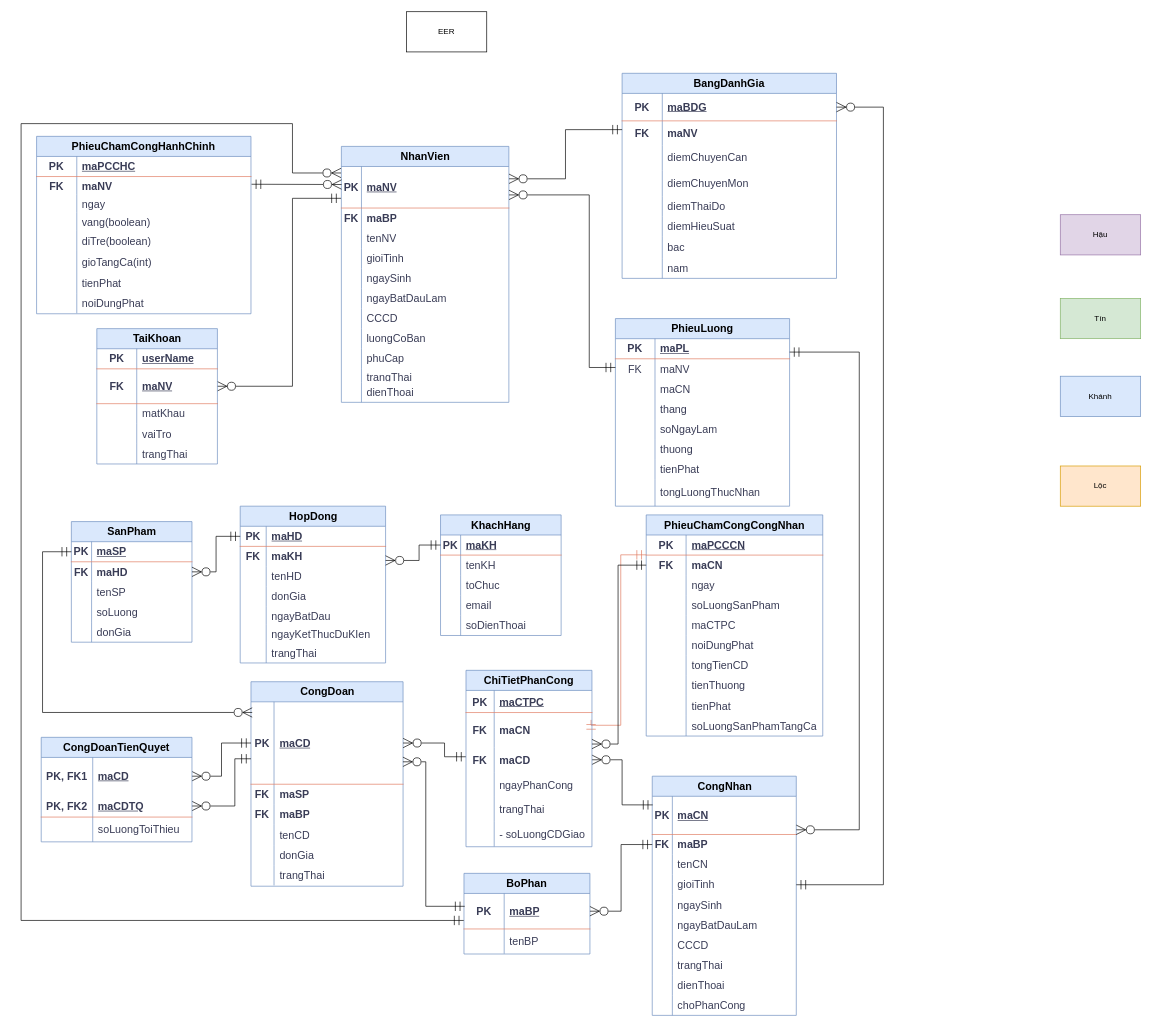
The draw.io diagram page "ERD" (1 of 3) of diagrams/diagrams.drawio in TomTom2k/-management-of-a-ceramic-processing-company, before the edit. Source tidied: cells renumbered, new cells numbered last; positions are measured from the earlier drawing's top-left corner, leaving out a move shared by most shapes. Both pictures are drawn from the tidied source at 67%, with x=0, y=0 at pixel (21, 11).
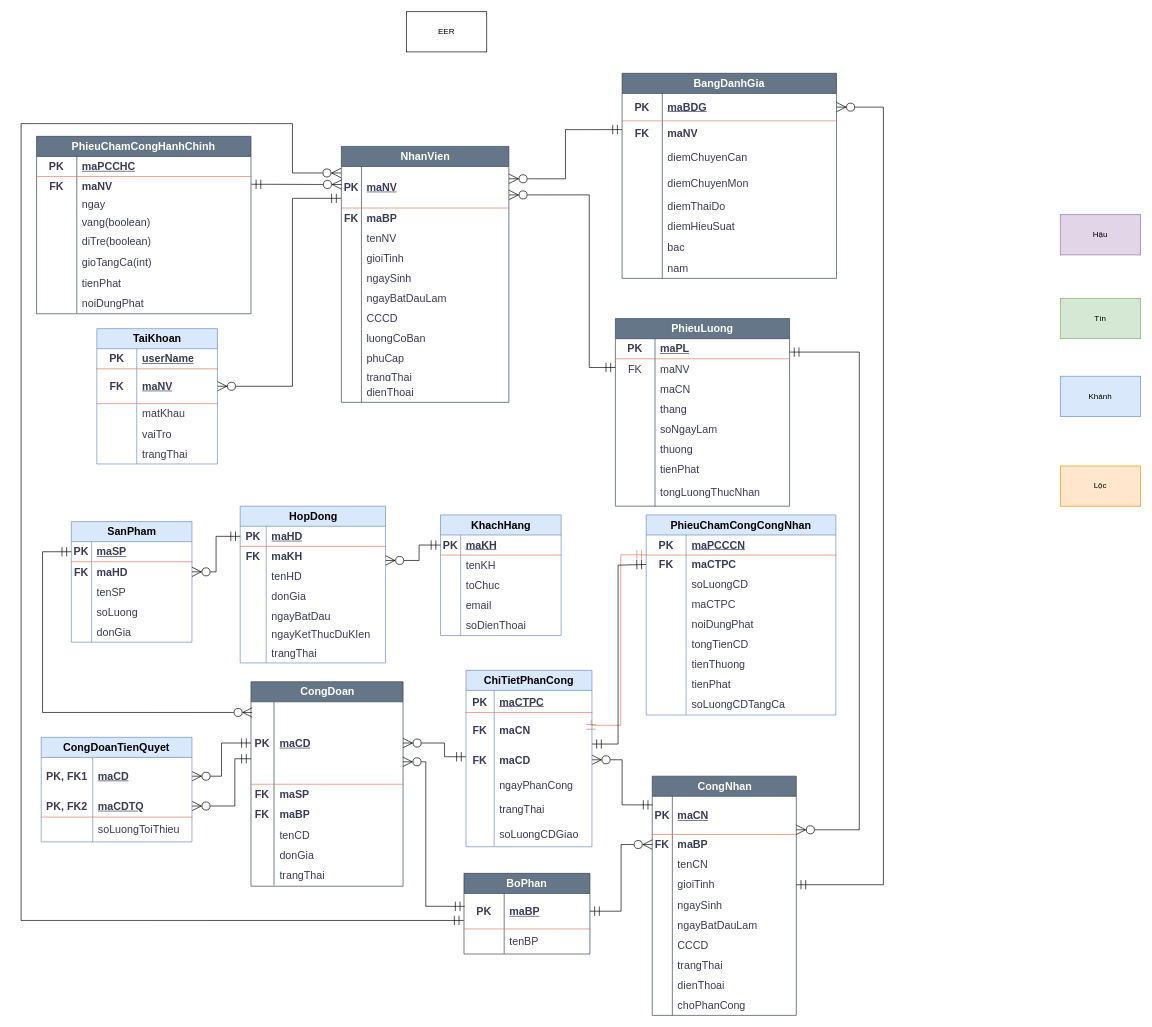
The same diagram, later.

The change refers to these unchanged cells:
```xml
<mxCell id="6" style="shape=tableRow;horizontal=0;startSize=0;swimlaneHead=0;swimlaneBody=0;fillColor=none;points=[[0,0.5],[1,0.5]];portConstraint=eastwest;top=0;left=0;right=0;bottom=0;labelBackgroundColor=none;strokeColor=#E07A5F;fontColor=#393C56;fontSize=16;" parent="2" vertex="1">
  <mxGeometry y="87" width="215" height="30" as="geometry" />
</mxCell>
<mxCell id="228" style="shape=tableRow;horizontal=0;startSize=0;swimlaneHead=0;swimlaneBody=0;fillColor=none;points=[[0,0.5],[1,0.5]];portConstraint=eastwest;top=0;left=0;right=0;bottom=0;html=1;labelBackgroundColor=none;strokeColor=#E07A5F;fontColor=#393C56;fontSize=16;fontStyle=1;" parent="224" vertex="1">
  <mxGeometry y="63" width="188" height="52" as="geometry" />
</mxCell>
<mxCell id="240" style="shape=tableRow;horizontal=0;startSize=0;swimlaneHead=0;swimlaneBody=0;fillColor=none;top=0;left=0;right=0;bottom=0;html=1;labelBackgroundColor=none;strokeColor=#E07A5F;fontColor=#393C56;fontSize=16;" parent="224" vertex="1">
  <mxGeometry y="226" width="188" height="37" as="geometry" />
</mxCell>
<mxCell id="312" style="shape=tableRow;horizontal=0;startSize=0;swimlaneHead=0;swimlaneBody=0;fillColor=none;points=[[0,0.5],[1,0.5]];portConstraint=eastwest;top=0;left=0;right=0;bottom=1;html=1;labelBackgroundColor=none;strokeColor=#E07A5F;fontColor=#393C56;fontSize=16;" parent="311" vertex="1">
  <mxGeometry y="30" width="188" height="53" as="geometry" />
</mxCell>
```

Change to the diagram source:
```diff
@@
-    <mxCell id="2" value="CongNhan" style="shape=table;startSize=30;childLayout=tableLayout;rowLines=0;fontStyle=1;align=center;html=1;labelBackgroundColor=none;fillColor=#dae8fc;strokeColor=#6c8ebf;fontSize=16;" parent="1" vertex="1">
+    <mxCell id="2" value="CongNhan" style="shape=table;startSize=30;childLayout=tableLayout;rowLines=0;fontStyle=1;align=center;html=1;labelBackgroundColor=none;fillColor=#647687;strokeColor=#314354;fontSize=16;fontColor=#ffffff;" parent="1" vertex="1">
       <mxGeometry x="942" y="1141" width="215" height="357" as="geometry" />
     </mxCell>
@@
-    <mxCell id="87" value="CongDoan" style="shape=table;startSize=30;childLayout=tableLayout;rowLines=0;fontStyle=1;align=center;html=1;labelBackgroundColor=none;fillColor=#dae8fc;strokeColor=#6c8ebf;fontSize=16;" parent="1" vertex="1">
+    <mxCell id="87" value="CongDoan" style="shape=table;startSize=30;childLayout=tableLayout;rowLines=0;fontStyle=1;align=center;html=1;labelBackgroundColor=none;fillColor=#647687;strokeColor=#314354;fontSize=16;fontColor=#ffffff;" parent="1" vertex="1">
       <mxGeometry x="343.1" y="1000" width="227" height="305.2" as="geometry" />
     </mxCell>
@@
     <mxCell id="106" value="PhieuChamCongCongNhan" style="shape=table;startSize=30;childLayout=tableLayout;rowLines=0;fontStyle=1;align=center;html=1;whiteSpace=wrap;labelBackgroundColor=none;fillColor=#dae8fc;strokeColor=#6c8ebf;fontColor=default;fontSize=16;" parent="1" vertex="1">
-      <mxGeometry x="933" y="751" width="263.5" height="330.1" as="geometry" />
+      <mxGeometry x="933" y="751" width="283" height="298.7" as="geometry" />
     </mxCell>
     <mxCell id="107" style="shape=tableRow;horizontal=0;startSize=0;swimlaneHead=0;swimlaneBody=0;fillColor=none;top=0;left=0;right=0;bottom=1;html=1;labelBackgroundColor=none;strokeColor=#E07A5F;fontColor=#393C56;fontSize=16;" parent="106" vertex="1">
-      <mxGeometry y="30" width="263.5" height="30" as="geometry" />
+      <mxGeometry y="30" width="283" height="30" as="geometry" />
     </mxCell>
@@
     <mxCell id="109" value="maPCCCN" style="shape=partialRectangle;fillColor=none;top=0;left=0;bottom=0;right=0;align=left;spacingLeft=6;fontStyle=5;overflow=hidden;html=1;whiteSpace=wrap;labelBackgroundColor=none;strokeColor=#E07A5F;fontColor=#393C56;fontSize=16;" parent="107" vertex="1">
-      <mxGeometry x="59.5" width="204" height="30" as="geometry" />
+      <mxGeometry x="59.5" width="223.5" height="30" as="geometry" />
     </mxCell>
     <mxCell id="110" style="shape=tableRow;horizontal=0;startSize=0;swimlaneHead=0;swimlaneBody=0;fillColor=none;points=[[0,0.5],[1,0.5]];portConstraint=eastwest;top=0;left=0;right=0;bottom=0;html=1;labelBackgroundColor=none;strokeColor=#E07A5F;fontColor=#393C56;fontSize=16;fontStyle=0;" parent="106" vertex="1">
-      <mxGeometry y="60" width="263.5" height="30" as="geometry" />
+      <mxGeometry y="60" width="283" height="28" as="geometry" />
     </mxCell>
     <mxCell id="111" value="&lt;b&gt;FK&lt;/b&gt;" style="shape=partialRectangle;fillColor=none;top=0;left=0;bottom=0;right=0;overflow=hidden;html=1;whiteSpace=wrap;labelBackgroundColor=none;strokeColor=#E07A5F;fontColor=#393C56;fontSize=16;" parent="110" vertex="1">
-      <mxGeometry width="59.5" height="30" as="geometry" />
+      <mxGeometry width="59.5" height="28" as="geometry" />
     </mxCell>
-    <mxCell id="112" value="&lt;b&gt;maCN&lt;/b&gt;" style="shape=partialRectangle;fillColor=none;top=0;left=0;bottom=0;right=0;align=left;spacingLeft=6;overflow=hidden;html=1;whiteSpace=wrap;labelBackgroundColor=none;strokeColor=#E07A5F;fontColor=#393C56;fontSize=16;" parent="110" vertex="1">
-      <mxGeometry x="59.5" width="204" height="30" as="geometry" />
+    <mxCell id="112" value="&lt;b&gt;maCTPC&lt;/b&gt;" style="shape=partialRectangle;fillColor=none;top=0;left=0;bottom=0;right=0;align=left;spacingLeft=6;overflow=hidden;html=1;whiteSpace=wrap;labelBackgroundColor=none;strokeColor=#E07A5F;fontColor=#393C56;fontSize=16;" parent="110" vertex="1">
+      <mxGeometry x="59.5" width="223.5" height="28" as="geometry" />
     </mxCell>
-    <mxCell id="113" style="shape=tableRow;horizontal=0;startSize=0;swimlaneHead=0;swimlaneBody=0;fillColor=none;top=0;left=0;right=0;bottom=0;html=1;labelBackgroundColor=none;strokeColor=#E07A5F;fontColor=#393C56;fontSize=16;" parent="106" vertex="1">
-      <mxGeometry y="90" width="263.5" height="30" as="geometry" />
-    </mxCell>
-    <mxCell id="114" style="shape=partialRectangle;fillColor=none;top=0;left=0;bottom=0;right=0;overflow=hidden;html=1;whiteSpace=wrap;labelBackgroundColor=none;strokeColor=#E07A5F;fontColor=#393C56;fontSize=16;" parent="113" vertex="1">
-      <mxGeometry width="59.5" height="30" as="geometry" />
-    </mxCell>
-    <mxCell id="115" value="ngay" style="shape=partialRectangle;fillColor=none;top=0;left=0;bottom=0;right=0;align=left;spacingLeft=6;overflow=hidden;html=1;whiteSpace=wrap;labelBackgroundColor=none;strokeColor=#E07A5F;fontColor=#393C56;fontSize=16;" parent="113" vertex="1">
-      <mxGeometry x="59.5" width="204" height="30" as="geometry" />
-    </mxCell>
     <mxCell id="116" style="shape=tableRow;horizontal=0;startSize=0;swimlaneHead=0;swimlaneBody=0;fillColor=none;top=0;left=0;right=0;bottom=0;html=1;labelBackgroundColor=none;strokeColor=#E07A5F;fontColor=#393C56;fontSize=16;" parent="106" vertex="1">
-      <mxGeometry y="120" width="263.5" height="30" as="geometry" />
+      <mxGeometry y="88" width="283" height="30" as="geometry" />
     </mxCell>
@@
-    <mxCell id="118" value="soLuongSanPham" style="shape=partialRectangle;fillColor=none;top=0;left=0;bottom=0;right=0;align=left;spacingLeft=6;overflow=hidden;html=1;whiteSpace=wrap;labelBackgroundColor=none;strokeColor=#E07A5F;fontColor=#393C56;fontSize=16;" parent="116" vertex="1">
-      <mxGeometry x="59.5" width="204" height="30" as="geometry" />
+    <mxCell id="118" value="soLuongCD" style="shape=partialRectangle;fillColor=none;top=0;left=0;bottom=0;right=0;align=left;spacingLeft=6;overflow=hidden;html=1;whiteSpace=wrap;labelBackgroundColor=none;strokeColor=#E07A5F;fontColor=#393C56;fontSize=16;" parent="116" vertex="1">
+      <mxGeometry x="59.5" width="223.5" height="30" as="geometry" />
     </mxCell>
     <mxCell id="119" style="shape=tableRow;horizontal=0;startSize=0;swimlaneHead=0;swimlaneBody=0;fillColor=none;top=0;left=0;right=0;bottom=0;html=1;labelBackgroundColor=none;strokeColor=#E07A5F;fontColor=#393C56;fontSize=16;" parent="106" vertex="1">
-      <mxGeometry y="150" width="263.5" height="30" as="geometry" />
+      <mxGeometry y="118" width="283" height="30" as="geometry" />
     </mxCell>
@@
     <mxCell id="121" value="maCTPC" style="shape=partialRectangle;fillColor=none;top=0;left=0;bottom=0;right=0;align=left;spacingLeft=6;overflow=hidden;html=1;whiteSpace=wrap;labelBackgroundColor=none;strokeColor=#E07A5F;fontColor=#393C56;fontSize=16;" parent="119" vertex="1">
-      <mxGeometry x="59.5" width="204" height="30" as="geometry" />
+      <mxGeometry x="59.5" width="223.5" height="30" as="geometry" />
     </mxCell>
     <mxCell id="122" style="shape=tableRow;horizontal=0;startSize=0;swimlaneHead=0;swimlaneBody=0;fillColor=none;top=0;left=0;right=0;bottom=0;html=1;labelBackgroundColor=none;strokeColor=#E07A5F;fontColor=#393C56;fontSize=16;" parent="106" vertex="1">
-      <mxGeometry y="180" width="263.5" height="30" as="geometry" />
+      <mxGeometry y="148" width="283" height="30" as="geometry" />
     </mxCell>
@@
     <mxCell id="124" value="noiDungPhat" style="shape=partialRectangle;fillColor=none;top=0;left=0;bottom=0;right=0;align=left;spacingLeft=6;overflow=hidden;html=1;whiteSpace=wrap;labelBackgroundColor=none;strokeColor=#E07A5F;fontColor=#393C56;fontSize=16;" parent="122" vertex="1">
-      <mxGeometry x="59.5" width="204" height="30" as="geometry" />
+      <mxGeometry x="59.5" width="223.5" height="30" as="geometry" />
     </mxCell>
     <mxCell id="125" style="shape=tableRow;horizontal=0;startSize=0;swimlaneHead=0;swimlaneBody=0;fillColor=none;top=0;left=0;right=0;bottom=0;html=1;labelBackgroundColor=none;strokeColor=#E07A5F;fontColor=#393C56;fontSize=16;" parent="106" vertex="1">
-      <mxGeometry y="210" width="263.5" height="30" as="geometry" />
+      <mxGeometry y="178" width="283" height="30" as="geometry" />
     </mxCell>
@@
     <mxCell id="127" value="tongTienCD" style="shape=partialRectangle;fillColor=none;top=0;left=0;bottom=0;right=0;align=left;spacingLeft=6;overflow=hidden;html=1;whiteSpace=wrap;labelBackgroundColor=none;strokeColor=#E07A5F;fontColor=#393C56;fontSize=16;" parent="125" vertex="1">
-      <mxGeometry x="59.5" width="204" height="30" as="geometry" />
+      <mxGeometry x="59.5" width="223.5" height="30" as="geometry" />
     </mxCell>
     <mxCell id="128" style="shape=tableRow;horizontal=0;startSize=0;swimlaneHead=0;swimlaneBody=0;fillColor=none;top=0;left=0;right=0;bottom=0;html=1;labelBackgroundColor=none;strokeColor=#E07A5F;fontColor=#393C56;fontSize=16;" parent="106" vertex="1">
-      <mxGeometry y="240" width="263.5" height="30" as="geometry" />
+      <mxGeometry y="208" width="283" height="30" as="geometry" />
     </mxCell>
@@
     <mxCell id="130" value="tienThuong" style="shape=partialRectangle;fillColor=none;top=0;left=0;bottom=0;right=0;align=left;spacingLeft=6;overflow=hidden;html=1;whiteSpace=wrap;labelBackgroundColor=none;strokeColor=#E07A5F;fontColor=#393C56;fontSize=16;" parent="128" vertex="1">
-      <mxGeometry x="59.5" width="204" height="30" as="geometry" />
+      <mxGeometry x="59.5" width="223.5" height="30" as="geometry" />
     </mxCell>
     <mxCell id="131" style="shape=tableRow;horizontal=0;startSize=0;swimlaneHead=0;swimlaneBody=0;fillColor=none;top=0;left=0;right=0;bottom=0;html=1;labelBackgroundColor=none;strokeColor=#E07A5F;fontColor=#393C56;fontSize=16;" parent="106" vertex="1">
-      <mxGeometry y="270" width="263.5" height="30" as="geometry" />
+      <mxGeometry y="238" width="283" height="30" as="geometry" />
     </mxCell>
@@
     <mxCell id="133" value="tienPhat" style="shape=partialRectangle;fillColor=none;top=0;left=0;bottom=0;right=0;align=left;spacingLeft=6;overflow=hidden;html=1;whiteSpace=wrap;labelBackgroundColor=none;strokeColor=#E07A5F;fontColor=#393C56;fontSize=16;" parent="131" vertex="1">
-      <mxGeometry x="59.5" width="204" height="30" as="geometry" />
+      <mxGeometry x="59.5" width="223.5" height="30" as="geometry" />
     </mxCell>
     <mxCell id="134" style="shape=tableRow;horizontal=0;startSize=0;swimlaneHead=0;swimlaneBody=0;fillColor=none;top=0;left=0;right=0;bottom=0;html=1;labelBackgroundColor=none;strokeColor=#E07A5F;fontColor=#393C56;fontSize=16;" parent="106" vertex="1">
-      <mxGeometry y="300" width="263.5" height="30" as="geometry" />
+      <mxGeometry y="268" width="283" height="30" as="geometry" />
     </mxCell>
@@
-    <mxCell id="136" value="soLuongSanPhamTangCa" style="shape=partialRectangle;fillColor=none;top=0;left=0;bottom=0;right=0;align=left;spacingLeft=6;overflow=hidden;html=1;whiteSpace=wrap;labelBackgroundColor=none;strokeColor=#E07A5F;fontColor=#393C56;fontSize=16;" parent="134" vertex="1">
-      <mxGeometry x="59.5" width="204" height="30" as="geometry" />
+    <mxCell id="136" value="soLuongCDTangCa" style="shape=partialRectangle;fillColor=none;top=0;left=0;bottom=0;right=0;align=left;spacingLeft=6;overflow=hidden;html=1;whiteSpace=wrap;labelBackgroundColor=none;strokeColor=#E07A5F;fontColor=#393C56;fontSize=16;" parent="134" vertex="1">
+      <mxGeometry x="59.5" width="223.5" height="30" as="geometry" />
     </mxCell>
-    <mxCell id="137" value="NhanVien" style="shape=table;startSize=30;childLayout=tableLayout;rowLines=0;fontStyle=1;align=center;html=1;labelBackgroundColor=none;fillColor=#dae8fc;strokeColor=#6c8ebf;fontSize=16;" parent="1" vertex="1">
+    <mxCell id="137" value="NhanVien" style="shape=table;startSize=30;childLayout=tableLayout;rowLines=0;fontStyle=1;align=center;html=1;labelBackgroundColor=none;fillColor=#647687;strokeColor=#314354;fontSize=16;fontColor=#ffffff;" parent="1" vertex="1">
       <mxGeometry x="478" y="201" width="250" height="382" as="geometry" />
     </mxCell>
@@
-    <mxCell id="171" value="PhieuLuong" style="shape=table;startSize=30;childLayout=tableLayout;rowLines=0;fontStyle=1;align=center;html=1;whiteSpace=wrap;labelBackgroundColor=none;fillColor=#dae8fc;strokeColor=#6c8ebf;fontSize=16;" parent="1" vertex="1">
+    <mxCell id="171" value="PhieuLuong" style="shape=table;startSize=30;childLayout=tableLayout;rowLines=0;fontStyle=1;align=center;html=1;whiteSpace=wrap;labelBackgroundColor=none;fillColor=#647687;strokeColor=#314354;fontSize=16;fontColor=#ffffff;" parent="1" vertex="1">
       <mxGeometry x="887" y="458" width="260" height="280" as="geometry" />
     </mxCell>
@@
-    <mxCell id="242" value="- soLuongCDGiao" style="shape=partialRectangle;fillColor=none;top=0;left=0;bottom=0;right=0;align=left;spacingLeft=6;overflow=hidden;html=1;whiteSpace=wrap;labelBackgroundColor=none;strokeColor=#E07A5F;fontColor=#393C56;fontSize=16;" parent="240" vertex="1">
+    <mxCell id="242" value="soLuongCDGiao" style="shape=partialRectangle;fillColor=none;top=0;left=0;bottom=0;right=0;align=left;spacingLeft=6;overflow=hidden;html=1;whiteSpace=wrap;labelBackgroundColor=none;strokeColor=#E07A5F;fontColor=#393C56;fontSize=16;" parent="240" vertex="1">
       <mxGeometry x="42.1" width="145.9" height="37" as="geometry" />
     </mxCell>
@@
-    <mxCell id="254" value="BangDanhGia" style="shape=table;startSize=30;childLayout=tableLayout;rowLines=0;fontStyle=1;align=center;html=1;whiteSpace=wrap;labelBackgroundColor=none;fillColor=#dae8fc;strokeColor=#6c8ebf;fontSize=16;" parent="1" vertex="1">
+    <mxCell id="254" value="BangDanhGia" style="shape=table;startSize=30;childLayout=tableLayout;rowLines=0;fontStyle=1;align=center;html=1;whiteSpace=wrap;labelBackgroundColor=none;fillColor=#647687;strokeColor=#314354;fontSize=16;fontColor=#ffffff;" parent="1" vertex="1">
       <mxGeometry x="897" y="91.9" width="320" height="306.1" as="geometry" />
     </mxCell>
@@
-    <mxCell id="285" value="PhieuChamCongHanhChinh" style="shape=table;startSize=30;childLayout=tableLayout;rowLines=0;fontStyle=1;align=center;html=1;whiteSpace=wrap;labelBackgroundColor=none;fillColor=#dae8fc;strokeColor=#6c8ebf;fontColor=default;fontSize=16;" parent="1" vertex="1">
+    <mxCell id="285" value="PhieuChamCongHanhChinh" style="shape=table;startSize=30;childLayout=tableLayout;rowLines=0;fontStyle=1;align=center;html=1;whiteSpace=wrap;labelBackgroundColor=none;fillColor=#647687;strokeColor=#314354;fontColor=#ffffff;fontSize=16;" parent="1" vertex="1">
       <mxGeometry x="23.1" y="186" width="320" height="264.8" as="geometry" />
     </mxCell>
@@
-    <mxCell id="310" style="edgeStyle=orthogonalEdgeStyle;rounded=0;jettySize=auto;html=1;labelBackgroundColor=none;endArrow=ERmandOne;fontSize=16;strokeColor=#000000;startArrow=ERzeroToMany;startFill=0;endFill=0;endSize=12;startSize=12;entryX=0;entryY=0.5;entryDx=0;entryDy=0;" parent="1" edge="1" source="228" target="110">
+    <mxCell id="310" style="edgeStyle=orthogonalEdgeStyle;rounded=0;jettySize=auto;html=1;labelBackgroundColor=none;endArrow=ERmandOne;fontSize=16;strokeColor=#000000;startArrow=ERmandOne;startFill=0;endFill=0;endSize=12;startSize=12;entryX=0;entryY=0.5;entryDx=0;entryDy=0;" parent="1" edge="1" source="228" target="110">
       <mxGeometry relative="1" as="geometry">
         <Array as="points">
           <mxPoint x="891" y="1093" />
           <mxPoint x="891" y="826" />
         </Array>
       </mxGeometry>
     </mxCell>
-    <mxCell id="311" value="BoPhan" style="shape=table;startSize=30;childLayout=tableLayout;rowLines=0;fontStyle=1;align=center;html=1;whiteSpace=wrap;labelBackgroundColor=none;fillColor=#dae8fc;strokeColor=#6c8ebf;fontSize=16;" parent="1" vertex="1">
+    <mxCell id="311" value="BoPhan" style="shape=table;startSize=30;childLayout=tableLayout;rowLines=0;fontStyle=1;align=center;html=1;whiteSpace=wrap;labelBackgroundColor=none;fillColor=#647687;strokeColor=#314354;fontSize=16;fontColor=#ffffff;" parent="1" vertex="1">
       <mxGeometry x="661" y="1286" width="188" height="120.4" as="geometry" />
     </mxCell>
@@
-    <mxCell id="318" style="edgeStyle=orthogonalEdgeStyle;rounded=0;jettySize=auto;html=1;labelBackgroundColor=none;endArrow=ERmandOne;fontSize=16;strokeColor=#000000;startArrow=ERzeroToMany;startFill=0;endFill=0;endSize=12;startSize=12;entryX=0;entryY=0.5;entryDx=0;entryDy=0;exitX=1;exitY=0.5;exitDx=0;exitDy=0;" parent="1" edge="1" source="312" target="6">
+    <mxCell id="318" style="edgeStyle=orthogonalEdgeStyle;rounded=0;jettySize=auto;html=1;labelBackgroundColor=none;endArrow=ERzeroToMany;fontSize=16;strokeColor=#000000;startArrow=ERmandOne;startFill=0;endFill=0;endSize=12;startSize=12;entryX=0;entryY=0.5;entryDx=0;entryDy=0;exitX=1;exitY=0.5;exitDx=0;exitDy=0;" parent="1" edge="1" source="312" target="6">
       <mxGeometry relative="1" as="geometry" />
     </mxCell>
```
